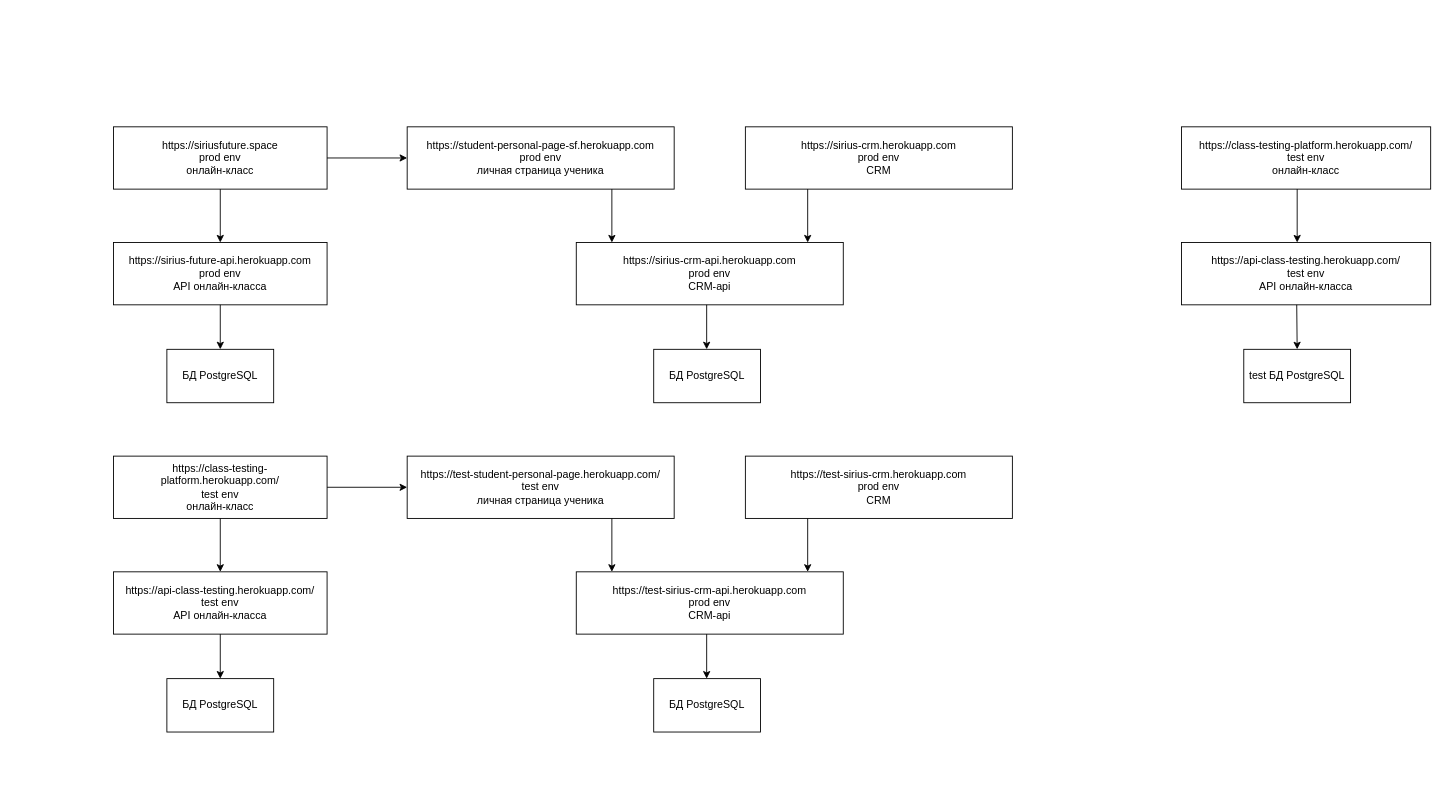
This is Untitled Diagram.drawio from VladSidorovich/aws-ecs-example, a draw.io file, before an edit. Source tidied: cells renumbered, new cells numbered last; positions are measured from the earlier drawing's top-left corner, leaving out a move shared by most shapes. Both pictures are drawn from the tidied source at 89%, with x=0, y=0 at pixel (113, 126).
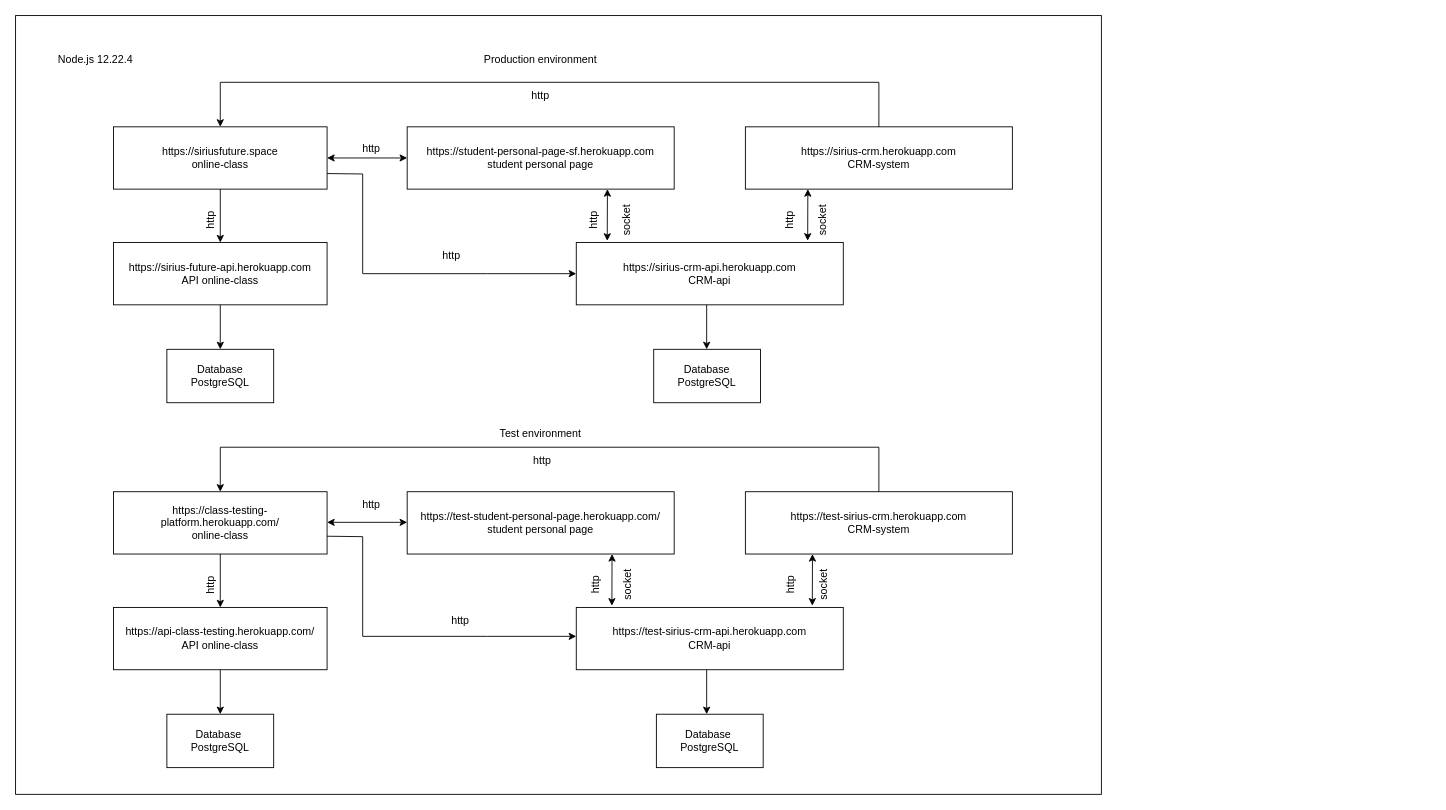
After the change.

What changed in the source:
```diff
@@
+    <mxCell id="33" style="rounded=0;whiteSpace=wrap;html=1;" parent="1" vertex="1">
+      <mxGeometry x="-110" y="-125" width="1220" height="875" as="geometry" />
+    </mxCell>
-    <mxCell id="2" value="https://siriusfuture.space&lt;br&gt;prod env&lt;br&gt;онлайн-класс" style="rounded=0;whiteSpace=wrap;html=1;" parent="1" vertex="1">
+    <mxCell id="2" value="https://siriusfuture.space&lt;br&gt;online-class" style="rounded=0;whiteSpace=wrap;html=1;" parent="1" vertex="1">
       <mxGeometry width="240" height="70" as="geometry" />
     </mxCell>
-    <mxCell id="3" value="https://sirius-future-api.herokuapp.com&lt;br&gt;prod env&lt;br&gt;API онлайн-класса" style="rounded=0;whiteSpace=wrap;html=1;" parent="1" vertex="1">
+    <mxCell id="3" value="https://sirius-future-api.herokuapp.com&lt;br&gt;API online-class" style="rounded=0;whiteSpace=wrap;html=1;" parent="1" vertex="1">
       <mxGeometry y="130" width="240" height="70" as="geometry" />
     </mxCell>
@@
-    <mxCell id="5" value="БД PostgreSQL" style="rounded=0;whiteSpace=wrap;html=1;" parent="1" vertex="1">
+    <mxCell id="5" value="Database PostgreSQL" style="rounded=0;whiteSpace=wrap;html=1;" parent="1" vertex="1">
       <mxGeometry x="60" y="250" width="120" height="60" as="geometry" />
     </mxCell>
@@
-    <mxCell id="7" value="https://class-testing-platform.herokuapp.com/&lt;br&gt;test env&lt;br&gt;онлайн-класс" style="rounded=0;whiteSpace=wrap;html=1;" parent="1" vertex="1">
-      <mxGeometry x="1200" width="280" height="70" as="geometry" />
-    </mxCell>
-    <mxCell id="8" value="https://api-class-testing.herokuapp.com/&lt;br&gt;test env&lt;br&gt;API онлайн-класса" style="rounded=0;whiteSpace=wrap;html=1;" parent="1" vertex="1">
-      <mxGeometry x="1200" y="130" width="280" height="70" as="geometry" />
-    </mxCell>
-    <mxCell id="9" value="test БД PostgreSQL" style="rounded=0;whiteSpace=wrap;html=1;" parent="1" vertex="1">
-      <mxGeometry x="1270" y="250" width="120" height="60" as="geometry" />
-    </mxCell>
-    <mxCell id="10" style="endArrow=classic;html=1;rounded=0;exitX=0.5;exitY=1;exitDx=0;exitDy=0;entryX=0.5;entryY=0;entryDx=0;entryDy=0;" parent="1" edge="1">
-      <mxGeometry relative="1" as="geometry">
-        <mxPoint x="1330" y="70" as="sourcePoint" />
-        <mxPoint x="1330" y="130" as="targetPoint" />
-      </mxGeometry>
-    </mxCell>
-    <mxCell id="11" style="endArrow=classic;html=1;rounded=0;exitX=0.5;exitY=1;exitDx=0;exitDy=0;" parent="1" edge="1">
-      <mxGeometry relative="1" as="geometry">
-        <mxPoint x="1329.5" y="200" as="sourcePoint" />
-        <mxPoint x="1330" y="250" as="targetPoint" />
-      </mxGeometry>
-    </mxCell>
-    <mxCell id="12" value="https://student-personal-page-sf.herokuapp.com&lt;br&gt;prod env&lt;br&gt;личная страница ученика" style="rounded=0;whiteSpace=wrap;html=1;" parent="1" vertex="1">
+    <mxCell id="12" value="https://student-personal-page-sf.herokuapp.com&lt;br&gt;student personal page" style="rounded=0;whiteSpace=wrap;html=1;" parent="1" vertex="1">
       <mxGeometry x="330" width="300" height="70" as="geometry" />
     </mxCell>
-    <mxCell id="13" style="endArrow=classic;html=1;rounded=0;exitX=1;exitY=0.5;exitDx=0;exitDy=0;entryX=0;entryY=0.5;entryDx=0;entryDy=0;" parent="1" edge="1" source="2" target="12">
-      <mxGeometry relative="1" as="geometry" />
-    </mxCell>
-    <mxCell id="14" value="https://sirius-crm.herokuapp.com&lt;br&gt;prod env&lt;br&gt;CRM" style="rounded=0;whiteSpace=wrap;html=1;" parent="1" vertex="1">
+    <mxCell id="14" value="https://sirius-crm.herokuapp.com&lt;br&gt;CRM-system" style="rounded=0;whiteSpace=wrap;html=1;" parent="1" vertex="1">
       <mxGeometry x="710" width="300" height="70" as="geometry" />
     </mxCell>
-    <mxCell id="15" value="https://sirius-crm-api.herokuapp.com&lt;br&gt;prod env&lt;br&gt;CRM-api" style="rounded=0;whiteSpace=wrap;html=1;" parent="1" vertex="1">
+    <mxCell id="15" value="https://sirius-crm-api.herokuapp.com&lt;br&gt;CRM-api" style="rounded=0;whiteSpace=wrap;html=1;" parent="1" vertex="1">
       <mxGeometry x="520" y="130" width="300" height="70" as="geometry" />
     </mxCell>
-    <mxCell id="16" style="endArrow=classic;html=1;rounded=0;exitX=0.5;exitY=1;exitDx=0;exitDy=0;entryX=0.5;entryY=0;entryDx=0;entryDy=0;" parent="1" edge="1">
-      <mxGeometry relative="1" as="geometry">
-        <mxPoint x="780" y="70" as="sourcePoint" />
-        <mxPoint x="780" y="130" as="targetPoint" />
-      </mxGeometry>
-    </mxCell>
-    <mxCell id="17" style="endArrow=classic;html=1;rounded=0;exitX=0.5;exitY=1;exitDx=0;exitDy=0;entryX=0.5;entryY=0;entryDx=0;entryDy=0;" parent="1" edge="1">
-      <mxGeometry relative="1" as="geometry">
-        <mxPoint x="560" y="70" as="sourcePoint" />
-        <mxPoint x="560" y="130" as="targetPoint" />
-      </mxGeometry>
-    </mxCell>
-    <mxCell id="18" value="БД PostgreSQL" style="rounded=0;whiteSpace=wrap;html=1;" parent="1" vertex="1">
+    <mxCell id="18" value="Database PostgreSQL" style="rounded=0;whiteSpace=wrap;html=1;" parent="1" vertex="1">
       <mxGeometry x="607" y="250" width="120" height="60" as="geometry" />
     </mxCell>
@@
-    <mxCell id="20" value="https://class-testing-platform.herokuapp.com/&lt;br&gt;test env&lt;br&gt;онлайн-класс" style="rounded=0;whiteSpace=wrap;html=1;" parent="1" vertex="1">
-      <mxGeometry y="370" width="240" height="70" as="geometry" />
+    <mxCell id="20" value="https://class-testing-platform.herokuapp.com/&lt;br&gt;online-class" style="rounded=0;whiteSpace=wrap;html=1;" parent="1" vertex="1">
+      <mxGeometry y="410" width="240" height="70" as="geometry" />
     </mxCell>
-    <mxCell id="21" value="https://api-class-testing.herokuapp.com/&lt;br&gt;test env&lt;br&gt;API онлайн-класса" style="rounded=0;whiteSpace=wrap;html=1;" parent="1" vertex="1">
-      <mxGeometry y="500" width="240" height="70" as="geometry" />
+    <mxCell id="21" value="https://api-class-testing.herokuapp.com/&lt;br&gt;API online-class" style="rounded=0;whiteSpace=wrap;html=1;" parent="1" vertex="1">
+      <mxGeometry y="540" width="240" height="70" as="geometry" />
     </mxCell>
@@
-    <mxCell id="23" value="БД PostgreSQL" style="rounded=0;whiteSpace=wrap;html=1;" parent="1" vertex="1">
-      <mxGeometry x="60" y="620" width="120" height="60" as="geometry" />
+    <mxCell id="23" value="Database&amp;nbsp;&lt;br&gt;PostgreSQL" style="rounded=0;whiteSpace=wrap;html=1;" parent="1" vertex="1">
+      <mxGeometry x="60" y="660" width="120" height="60" as="geometry" />
     </mxCell>
@@
-    <mxCell id="25" value="https://test-student-personal-page.herokuapp.com/&lt;br&gt;test env&lt;br&gt;личная страница ученика" style="rounded=0;whiteSpace=wrap;html=1;" parent="1" vertex="1">
-      <mxGeometry x="330" y="370" width="300" height="70" as="geometry" />
+    <mxCell id="25" value="https://test-student-personal-page.herokuapp.com/&lt;br&gt;student personal page" style="rounded=0;whiteSpace=wrap;html=1;" parent="1" vertex="1">
+      <mxGeometry x="330" y="410" width="300" height="70" as="geometry" />
     </mxCell>
-    <mxCell id="26" style="endArrow=classic;html=1;rounded=0;exitX=1;exitY=0.5;exitDx=0;exitDy=0;entryX=0;entryY=0.5;entryDx=0;entryDy=0;" parent="1" edge="1" source="20" target="25">
-      <mxGeometry relative="1" as="geometry" />
-    </mxCell>
-    <mxCell id="27" value="https://test-sirius-crm.herokuapp.com&lt;br&gt;prod env&lt;br&gt;CRM" style="rounded=0;whiteSpace=wrap;html=1;" parent="1" vertex="1">
-      <mxGeometry x="710" y="370" width="300" height="70" as="geometry" />
+    <mxCell id="27" value="https://test-sirius-crm.herokuapp.com&lt;br&gt;CRM-system" style="rounded=0;whiteSpace=wrap;html=1;" parent="1" vertex="1">
+      <mxGeometry x="710" y="410" width="300" height="70" as="geometry" />
     </mxCell>
-    <mxCell id="28" value="https://test-sirius-crm-api.herokuapp.com&lt;br&gt;prod env&lt;br&gt;CRM-api" style="rounded=0;whiteSpace=wrap;html=1;" parent="1" vertex="1">
-      <mxGeometry x="520" y="500" width="300" height="70" as="geometry" />
+    <mxCell id="28" value="https://test-sirius-crm-api.herokuapp.com&lt;br&gt;CRM-api" style="rounded=0;whiteSpace=wrap;html=1;" parent="1" vertex="1">
+      <mxGeometry x="520" y="540" width="300" height="70" as="geometry" />
     </mxCell>
-    <mxCell id="29" style="endArrow=classic;html=1;rounded=0;exitX=0.5;exitY=1;exitDx=0;exitDy=0;entryX=0.5;entryY=0;entryDx=0;entryDy=0;" parent="1" edge="1">
-      <mxGeometry relative="1" as="geometry">
-        <mxPoint x="780" y="440" as="sourcePoint" />
-        <mxPoint x="780" y="500" as="targetPoint" />
-      </mxGeometry>
-    </mxCell>
-    <mxCell id="30" style="endArrow=classic;html=1;rounded=0;exitX=0.5;exitY=1;exitDx=0;exitDy=0;entryX=0.5;entryY=0;entryDx=0;entryDy=0;" parent="1" edge="1">
-      <mxGeometry relative="1" as="geometry">
-        <mxPoint x="560" y="440" as="sourcePoint" />
-        <mxPoint x="560" y="500" as="targetPoint" />
-      </mxGeometry>
-    </mxCell>
-    <mxCell id="31" value="БД PostgreSQL" style="rounded=0;whiteSpace=wrap;html=1;" parent="1" vertex="1">
-      <mxGeometry x="607" y="620" width="120" height="60" as="geometry" />
-    </mxCell>
     <mxCell id="32" style="endArrow=classic;html=1;rounded=0;exitX=0.5;exitY=1;exitDx=0;exitDy=0;entryX=0.5;entryY=0;entryDx=0;entryDy=0;" parent="1" edge="1">
       <mxGeometry relative="1" as="geometry">
-        <mxPoint x="666.5" y="570" as="sourcePoint" />
-        <mxPoint x="666.5" y="620" as="targetPoint" />
+        <mxPoint x="666.5" y="610" as="sourcePoint" />
+        <mxPoint x="666.5" y="660" as="targetPoint" />
       </mxGeometry>
     </mxCell>
+    <mxCell id="34" value="Production environment" style="text;html=1;strokeColor=none;fillColor=none;align=center;verticalAlign=middle;whiteSpace=wrap;rounded=0;" parent="1" vertex="1">
+      <mxGeometry x="405" y="-90" width="150" height="30" as="geometry" />
+    </mxCell>
+    <mxCell id="35" value="Test environment" style="text;html=1;strokeColor=none;fillColor=none;align=center;verticalAlign=middle;whiteSpace=wrap;rounded=0;" parent="1" vertex="1">
+      <mxGeometry x="405" y="330" width="150" height="30" as="geometry" />
+    </mxCell>
+    <mxCell id="36" value="Database&amp;nbsp;&lt;br&gt;PostgreSQL" style="rounded=0;whiteSpace=wrap;html=1;" parent="1" vertex="1">
+      <mxGeometry x="610" y="660" width="120" height="60" as="geometry" />
+    </mxCell>
+    <mxCell id="37" value="Node.js 12.22.4" style="text;html=1;strokeColor=none;fillColor=none;align=center;verticalAlign=middle;whiteSpace=wrap;rounded=0;" parent="1" vertex="1">
+      <mxGeometry x="-70" y="-100" width="100" height="50" as="geometry" />
+    </mxCell>
+    <mxCell id="38" style="endArrow=classic;html=1;rounded=0;exitX=0.5;exitY=0;exitDx=0;exitDy=0;entryX=0.5;entryY=0;entryDx=0;entryDy=0;" parent="1" edge="1" source="14" target="2">
+      <mxGeometry relative="1" as="geometry">
+        <Array as="points">
+          <mxPoint x="860" y="-50" />
+          <mxPoint x="120" y="-50" />
+        </Array>
+      </mxGeometry>
+    </mxCell>
+    <mxCell id="13" style="endArrow=classic;startArrow=classic;html=1;rounded=0;entryX=0;entryY=0.5;entryDx=0;entryDy=0;exitX=1;exitY=0.5;exitDx=0;exitDy=0;" parent="1" edge="1" source="2" target="12">
+      <mxGeometry relative="1" as="geometry" />
+    </mxCell>
+    <mxCell id="39" style="endArrow=classic;html=1;rounded=0;entryX=0;entryY=0.5;entryDx=0;entryDy=0;exitX=1;exitY=0.75;exitDx=0;exitDy=0;" parent="1" edge="1" source="2" target="15">
+      <mxGeometry relative="1" as="geometry">
+        <Array as="points">
+          <mxPoint x="280" y="53" />
+          <mxPoint x="280" y="165" />
+          <mxPoint x="420" y="165" />
+        </Array>
+      </mxGeometry>
+    </mxCell>
+    <mxCell id="40" style="endArrow=classic;startArrow=classic;html=1;rounded=0;entryX=0;entryY=0.5;entryDx=0;entryDy=0;exitX=1;exitY=0.5;exitDx=0;exitDy=0;" parent="1" edge="1">
+      <mxGeometry relative="1" as="geometry">
+        <mxPoint x="240" y="444.4" as="sourcePoint" />
+        <mxPoint x="330" y="444.4" as="targetPoint" />
+      </mxGeometry>
+    </mxCell>
+    <mxCell id="41" style="endArrow=classic;html=1;rounded=0;entryX=0;entryY=0.5;entryDx=0;entryDy=0;exitX=1;exitY=0.75;exitDx=0;exitDy=0;" parent="1" edge="1">
+      <mxGeometry relative="1" as="geometry">
+        <mxPoint x="240" y="460" as="sourcePoint" />
+        <mxPoint x="520" y="572.5" as="targetPoint" />
+        <Array as="points">
+          <mxPoint x="280" y="460.5" />
+          <mxPoint x="280" y="572.5" />
+          <mxPoint x="420" y="572.5" />
+        </Array>
+      </mxGeometry>
+    </mxCell>
+    <mxCell id="42" style="endArrow=classic;startArrow=classic;html=1;rounded=0;entryX=0.75;entryY=1;entryDx=0;entryDy=0;exitX=0.116;exitY=-0.027;exitDx=0;exitDy=0;exitPerimeter=0;" parent="1" edge="1" source="15" target="12">
+      <mxGeometry relative="1" as="geometry" />
+    </mxCell>
+    <mxCell id="43" style="endArrow=classic;startArrow=classic;html=1;rounded=0;entryX=0.75;entryY=1;entryDx=0;entryDy=0;" parent="1" edge="1">
+      <mxGeometry relative="1" as="geometry">
+        <mxPoint x="780" y="128" as="sourcePoint" />
+        <mxPoint x="780.2" y="70" as="targetPoint" />
+      </mxGeometry>
+    </mxCell>
+    <mxCell id="44" style="endArrow=classic;startArrow=classic;html=1;rounded=0;entryX=0.75;entryY=1;entryDx=0;entryDy=0;exitX=0.116;exitY=-0.027;exitDx=0;exitDy=0;exitPerimeter=0;" parent="1" edge="1">
+      <mxGeometry relative="1" as="geometry">
+        <mxPoint x="560" y="538.1" as="sourcePoint" />
+        <mxPoint x="560.2" y="480" as="targetPoint" />
+      </mxGeometry>
+    </mxCell>
+    <mxCell id="45" style="endArrow=classic;startArrow=classic;html=1;rounded=0;entryX=0.75;entryY=1;entryDx=0;entryDy=0;" parent="1" edge="1">
+      <mxGeometry relative="1" as="geometry">
+        <mxPoint x="785.2" y="538" as="sourcePoint" />
+        <mxPoint x="785.4" y="480" as="targetPoint" />
+      </mxGeometry>
+    </mxCell>
+    <mxCell id="46" value="http" style="text;html=1;strokeColor=none;fillColor=none;align=center;verticalAlign=middle;whiteSpace=wrap;rounded=0;rotation=-90;" parent="1" vertex="1">
+      <mxGeometry x="510" y="90" width="60" height="30" as="geometry" />
+    </mxCell>
+    <mxCell id="47" value="socket" style="text;html=1;strokeColor=none;fillColor=none;align=center;verticalAlign=middle;whiteSpace=wrap;rounded=0;rotation=-90;" parent="1" vertex="1">
+      <mxGeometry x="547" y="90" width="60" height="30" as="geometry" />
+    </mxCell>
+    <mxCell id="48" value="http" style="text;html=1;strokeColor=none;fillColor=none;align=center;verticalAlign=middle;whiteSpace=wrap;rounded=0;rotation=-90;" parent="1" vertex="1">
+      <mxGeometry x="730" y="90" width="60" height="30" as="geometry" />
+    </mxCell>
+    <mxCell id="49" value="socket" style="text;html=1;strokeColor=none;fillColor=none;align=center;verticalAlign=middle;whiteSpace=wrap;rounded=0;rotation=-90;" parent="1" vertex="1">
+      <mxGeometry x="767" y="90" width="60" height="30" as="geometry" />
+    </mxCell>
+    <mxCell id="50" value="http" style="text;html=1;strokeColor=none;fillColor=none;align=center;verticalAlign=middle;whiteSpace=wrap;rounded=0;rotation=-90;" parent="1" vertex="1">
+      <mxGeometry x="80" y="90" width="60" height="30" as="geometry" />
+    </mxCell>
+    <mxCell id="51" value="http" style="text;html=1;strokeColor=none;fillColor=none;align=center;verticalAlign=middle;whiteSpace=wrap;rounded=0;rotation=-90;" parent="1" vertex="1">
+      <mxGeometry x="511.5" y="500" width="60" height="30" as="geometry" />
+    </mxCell>
+    <mxCell id="52" value="socket" style="text;html=1;strokeColor=none;fillColor=none;align=center;verticalAlign=middle;whiteSpace=wrap;rounded=0;rotation=-90;" parent="1" vertex="1">
+      <mxGeometry x="548.5" y="500" width="60" height="30" as="geometry" />
+    </mxCell>
+    <mxCell id="53" value="http" style="text;html=1;strokeColor=none;fillColor=none;align=center;verticalAlign=middle;whiteSpace=wrap;rounded=0;rotation=-90;" parent="1" vertex="1">
+      <mxGeometry x="731.5" y="500" width="60" height="30" as="geometry" />
+    </mxCell>
+    <mxCell id="54" value="socket" style="text;html=1;strokeColor=none;fillColor=none;align=center;verticalAlign=middle;whiteSpace=wrap;rounded=0;rotation=-90;" parent="1" vertex="1">
+      <mxGeometry x="768.5" y="500" width="60" height="30" as="geometry" />
+    </mxCell>
+    <mxCell id="55" value="http" style="text;html=1;strokeColor=none;fillColor=none;align=center;verticalAlign=middle;whiteSpace=wrap;rounded=0;rotation=-90;" parent="1" vertex="1">
+      <mxGeometry x="80" y="500" width="60" height="30" as="geometry" />
+    </mxCell>
+    <mxCell id="56" style="endArrow=classic;html=1;rounded=0;exitX=0.5;exitY=0;exitDx=0;exitDy=0;entryX=0.5;entryY=0;entryDx=0;entryDy=0;" parent="1" edge="1">
+      <mxGeometry relative="1" as="geometry">
+        <mxPoint x="860" y="410" as="sourcePoint" />
+        <mxPoint x="120" y="410" as="targetPoint" />
+        <Array as="points">
+          <mxPoint x="860" y="360" />
+          <mxPoint x="120" y="360" />
+        </Array>
+      </mxGeometry>
+    </mxCell>
+    <mxCell id="57" value="http" style="text;html=1;strokeColor=none;fillColor=none;align=center;verticalAlign=middle;whiteSpace=wrap;rounded=0;rotation=0;" parent="1" vertex="1">
+      <mxGeometry x="260" y="410" width="60" height="30" as="geometry" />
+    </mxCell>
+    <mxCell id="58" value="http" style="text;html=1;strokeColor=none;fillColor=none;align=center;verticalAlign=middle;whiteSpace=wrap;rounded=0;rotation=0;" parent="1" vertex="1">
+      <mxGeometry x="451.5" y="360" width="60" height="30" as="geometry" />
+    </mxCell>
+    <mxCell id="59" value="http" style="text;html=1;strokeColor=none;fillColor=none;align=center;verticalAlign=middle;whiteSpace=wrap;rounded=0;rotation=0;" parent="1" vertex="1">
+      <mxGeometry x="260" y="10" width="60" height="30" as="geometry" />
+    </mxCell>
+    <mxCell id="60" value="http" style="text;html=1;strokeColor=none;fillColor=none;align=center;verticalAlign=middle;whiteSpace=wrap;rounded=0;rotation=0;" parent="1" vertex="1">
+      <mxGeometry x="450" y="-50" width="60" height="30" as="geometry" />
+    </mxCell>
+    <mxCell id="61" value="http" style="text;html=1;strokeColor=none;fillColor=none;align=center;verticalAlign=middle;whiteSpace=wrap;rounded=0;rotation=0;" parent="1" vertex="1">
+      <mxGeometry x="360" y="540" width="60" height="30" as="geometry" />
+    </mxCell>
+    <mxCell id="62" value="http" style="text;html=1;strokeColor=none;fillColor=none;align=center;verticalAlign=middle;whiteSpace=wrap;rounded=0;rotation=0;" parent="1" vertex="1">
+      <mxGeometry x="350" y="130" width="60" height="30" as="geometry" />
+    </mxCell>
```
